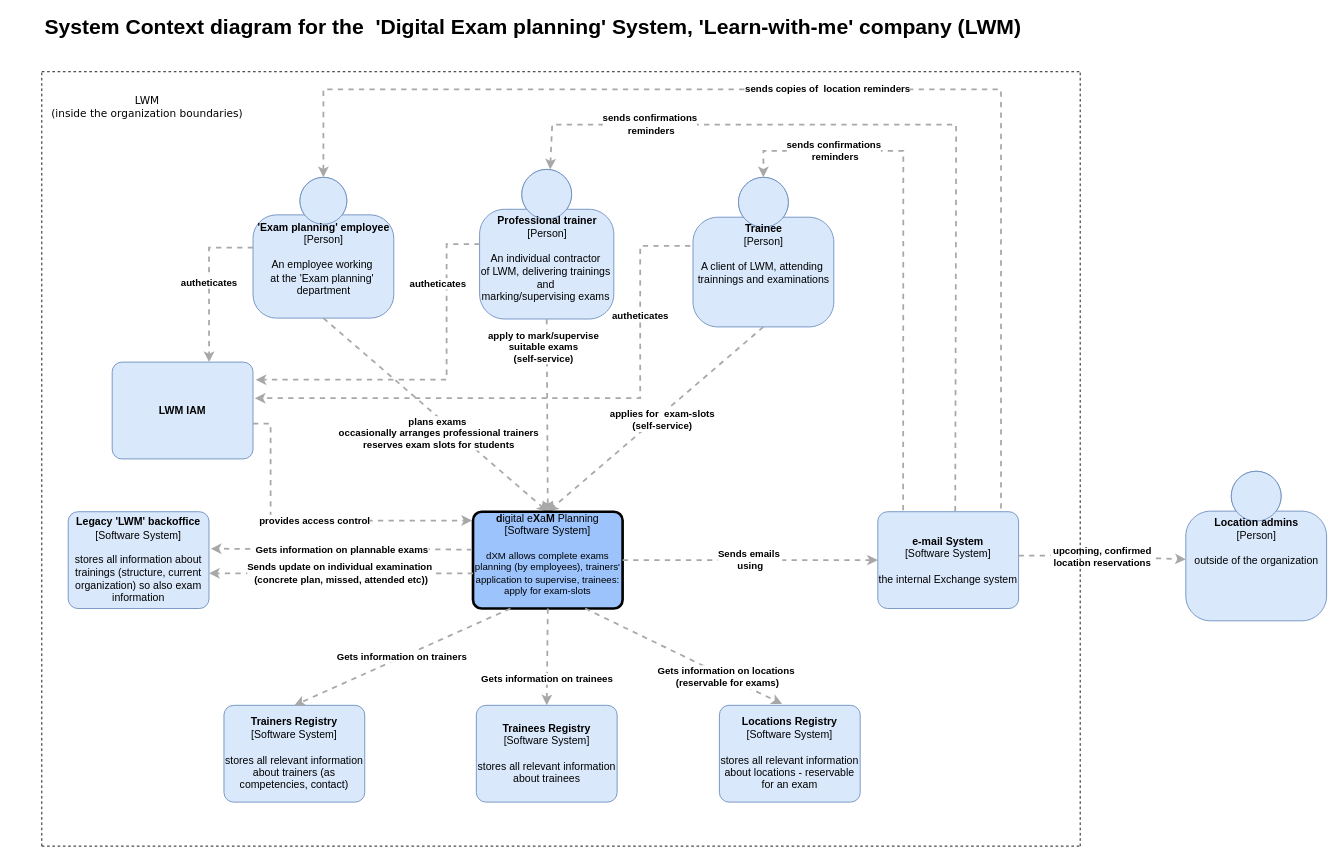
Before: system-context-diagram-dxm.drawio in andreea-anastasescu/school-of-architecture, a draw.io diagram. Source tidied: cells renumbered, new cells numbered last; positions are measured from the earlier drawing's top-left corner, leaving out a move shared by most shapes. Both pictures are drawn from the tidied source at 88%, with x=0, y=0 at pixel (15, 18).
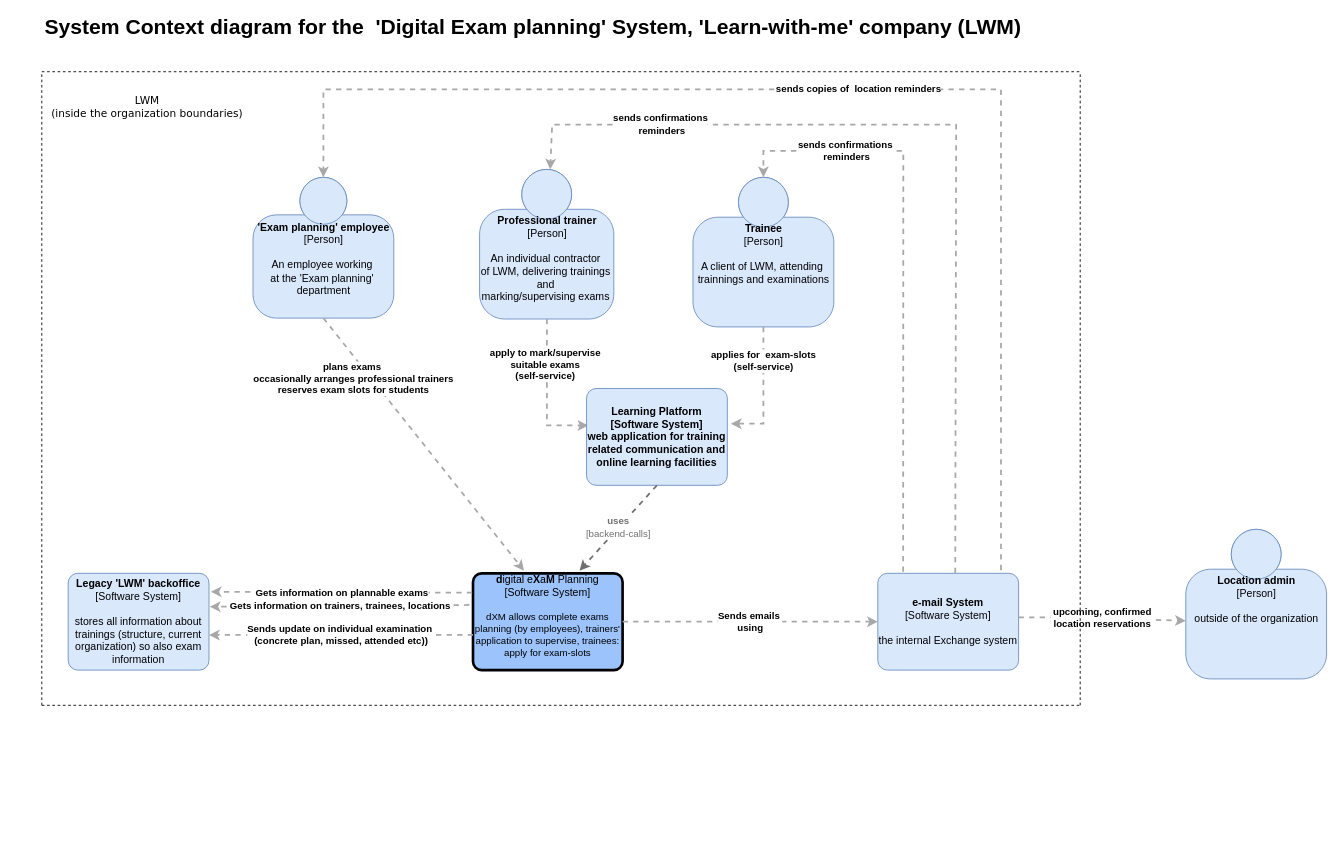
Above is the later version.

The change refers to these unchanged cells:
```xml
<mxCell id="2" value="&lt;b&gt;'Exam planning' employee&lt;/b&gt;&lt;div&gt;[Person]&lt;/div&gt;&lt;br&gt;&lt;div&gt;An employee working&amp;nbsp;&lt;/div&gt;&lt;div&gt;at the 'Exam planning'&amp;nbsp;&lt;/div&gt;&lt;div&gt;department&lt;/div&gt;" style="html=1;dashed=0;whitespace=wrap;fillColor=#DAE8FC;strokeColor=#6C8EBF;shape=mxgraph.c4.person;align=center;points=[[0.5,0,0],[1,0.5,0],[1,0.75,0],[0.75,1,0],[0.5,1,0],[0.25,1,0],[0,0.75,0],[0,0.5,0]];verticalAlign=top;" parent="1" vertex="1">
  <mxGeometry x="270" y="180" width="160" height="160" as="geometry" />
</mxCell>
<mxCell id="5" value="&lt;b&gt;Professional trainer&lt;/b&gt;&lt;br&gt;&lt;div&gt;[Person]&lt;/div&gt;&lt;br&gt;&lt;div&gt;An individual contractor&amp;nbsp;&lt;/div&gt;&lt;div&gt;of LWM, delivering trainings&amp;nbsp;&lt;/div&gt;&lt;div&gt;and&amp;nbsp;&lt;/div&gt;&lt;div&gt;marking/supervising exams&amp;nbsp;&lt;br&gt;&lt;/div&gt;&lt;div&gt;&lt;br&gt;&lt;/div&gt;" style="html=1;dashed=0;whitespace=wrap;fillColor=#DAE8FC;strokeColor=#6C8EBF;shape=mxgraph.c4.person;align=center;points=[[0.5,0,0],[1,0.5,0],[1,0.75,0],[0.75,1,0],[0.5,1,0],[0.25,1,0],[0,0.75,0],[0,0.5,0]];verticalAlign=top;" parent="1" vertex="1">
  <mxGeometry x="527.5" y="171" width="152.5" height="170" as="geometry" />
</mxCell>
<mxCell id="6" value="&lt;div&gt;&lt;b&gt;Trainee&lt;/b&gt;&lt;/div&gt;&lt;div&gt;[Person]&lt;/div&gt;&lt;div&gt;&lt;br&gt;&lt;/div&gt;&lt;div&gt;A client of LWM, attending&amp;nbsp;&lt;/div&gt;&lt;div&gt;trainnings and examinations&lt;/div&gt;" style="html=1;dashed=0;whitespace=wrap;fillColor=#DAE8FC;strokeColor=#6C8EBF;shape=mxgraph.c4.person;align=center;points=[[0.5,0,0],[1,0.5,0],[1,0.75,0],[0.75,1,0],[0.5,1,0],[0.25,1,0],[0,0.75,0],[0,0.5,0]];verticalAlign=top;" parent="1" vertex="1">
  <mxGeometry x="770" y="180" width="160" height="170" as="geometry" />
</mxCell>
```

What changed in the source:
```diff
@@
-    <mxCell id="3" value="&lt;div style=&quot;text-align: left&quot;&gt;&lt;div style=&quot;text-align: center&quot;&gt;&lt;b&gt;plans exams&amp;nbsp;&lt;/b&gt;&lt;/div&gt;&lt;div style=&quot;text-align: center&quot;&gt;&lt;b&gt;occasionally arranges professional trainers&lt;/b&gt;&lt;/div&gt;&lt;div style=&quot;text-align: center&quot;&gt;&lt;b&gt;reserves exam slots for students&lt;/b&gt;&lt;/div&gt;&lt;/div&gt;" style="edgeStyle=none;rounded=0;html=1;jettySize=auto;strokeColor=#A8A8A8;strokeWidth=2;fontColor=#000000;jumpStyle=none;dashed=1;exitX=0.5;exitY=1;exitDx=0;exitDy=0;exitPerimeter=0;entryX=0.5;entryY=0;entryDx=0;entryDy=0;entryPerimeter=0;" parent="1" edge="1" source="2" target="9">
-      <mxGeometry x="0.09" y="-14" relative="1" as="geometry">
-        <mxPoint x="1" as="offset" />
-      </mxGeometry>
+    <mxCell id="3" value="&lt;div style=&quot;text-align: left&quot;&gt;&lt;div style=&quot;text-align: center&quot;&gt;&lt;b&gt;plans exams&amp;nbsp;&lt;/b&gt;&lt;/div&gt;&lt;div style=&quot;text-align: center&quot;&gt;&lt;b&gt;occasionally arranges professional trainers&lt;/b&gt;&lt;/div&gt;&lt;div style=&quot;text-align: center&quot;&gt;&lt;b&gt;reserves exam slots for students&lt;/b&gt;&lt;/div&gt;&lt;/div&gt;" style="edgeStyle=none;rounded=0;html=1;jettySize=auto;strokeColor=#A8A8A8;strokeWidth=2;fontColor=#000000;jumpStyle=none;dashed=1;exitX=0.5;exitY=1;exitDx=0;exitDy=0;exitPerimeter=0;entryX=0.341;entryY=-0.027;entryDx=0;entryDy=0;entryPerimeter=0;" parent="1" edge="1" source="2" target="9">
+      <mxGeometry x="-0.59" y="-16" relative="1" as="geometry" />
     </mxCell>
@@
-    <mxCell id="7" value="&lt;div style=&quot;text-align: left&quot;&gt;&lt;div style=&quot;text-align: center&quot;&gt;&lt;b&gt;apply to mark/supervise&lt;/b&gt;&lt;/div&gt;&lt;div style=&quot;text-align: center&quot;&gt;&lt;b&gt;suitable exams&lt;/b&gt;&lt;/div&gt;&lt;div style=&quot;text-align: center&quot;&gt;&lt;b&gt;(self-service)&lt;/b&gt;&lt;/div&gt;&lt;/div&gt;" style="edgeStyle=none;rounded=0;html=1;jettySize=auto;strokeColor=#A8A8A8;strokeWidth=2;fontColor=#000000;jumpStyle=none;dashed=1;exitX=0.5;exitY=1;exitDx=0;exitDy=0;exitPerimeter=0;entryX=0.5;entryY=0;entryDx=0;entryDy=0;entryPerimeter=0;" parent="1" edge="1" source="5" target="9">
-      <mxGeometry x="-0.71" y="-4" relative="1" as="geometry" />
+    <mxCell id="7" value="&lt;div style=&quot;text-align: left&quot;&gt;&lt;div style=&quot;text-align: center&quot;&gt;&lt;b&gt;apply to mark/supervise&lt;/b&gt;&lt;/div&gt;&lt;div style=&quot;text-align: center&quot;&gt;&lt;b&gt;suitable exams&lt;/b&gt;&lt;/div&gt;&lt;div style=&quot;text-align: center&quot;&gt;&lt;b&gt;(self-service)&lt;/b&gt;&lt;/div&gt;&lt;/div&gt;" style="edgeStyle=none;rounded=0;html=1;jettySize=auto;strokeColor=#A8A8A8;strokeWidth=2;fontColor=#000000;jumpStyle=none;dashed=1;entryX=0.013;entryY=0.382;entryDx=0;entryDy=0;entryPerimeter=0;" parent="1" edge="1" target="36">
+      <mxGeometry x="-0.38" y="-2" relative="1" as="geometry">
+        <mxPoint x="604" y="341" as="sourcePoint" />
+        <Array as="points">
+          <mxPoint x="604" y="462" />
+        </Array>
+      </mxGeometry>
     </mxCell>
-    <mxCell id="8" value="&lt;div style=&quot;text-align: left&quot;&gt;&lt;div style=&quot;text-align: center&quot;&gt;&lt;b&gt;applies for&amp;nbsp; exam-slots&lt;/b&gt;&lt;/div&gt;&lt;div style=&quot;text-align: center&quot;&gt;&lt;b&gt;(self-service)&lt;/b&gt;&lt;/div&gt;&lt;/div&gt;" style="edgeStyle=none;rounded=0;html=1;jettySize=auto;strokeColor=#A8A8A8;strokeWidth=2;fontColor=#000000;jumpStyle=none;dashed=1;exitX=0.5;exitY=1;exitDx=0;exitDy=0;exitPerimeter=0;entryX=0.5;entryY=0;entryDx=0;entryDy=0;entryPerimeter=0;" parent="1" edge="1" source="6" target="9">
-      <mxGeometry x="-0.03" y="5" relative="1" as="geometry">
-        <mxPoint x="1" as="offset" />
+    <mxCell id="8" value="&lt;div style=&quot;text-align: left&quot;&gt;&lt;div style=&quot;text-align: center&quot;&gt;&lt;b&gt;applies for&amp;nbsp; exam-slots&lt;/b&gt;&lt;/div&gt;&lt;div style=&quot;text-align: center&quot;&gt;&lt;b&gt;(self-service)&lt;/b&gt;&lt;/div&gt;&lt;/div&gt;" style="edgeStyle=none;rounded=0;html=1;jettySize=auto;strokeColor=#A8A8A8;strokeWidth=2;fontColor=#000000;jumpStyle=none;dashed=1;exitX=0.5;exitY=1;exitDx=0;exitDy=0;exitPerimeter=0;" parent="1" edge="1" source="6">
+      <mxGeometry x="-0.47" relative="1" as="geometry">
+        <mxPoint x="813" y="460" as="targetPoint" />
+        <Array as="points">
+          <mxPoint x="850" y="460" />
+        </Array>
       </mxGeometry>
     </mxCell>
     <mxCell id="9" value="&lt;b&gt;d&lt;/b&gt;igital e&lt;b&gt;X&lt;/b&gt;a&lt;b&gt;M&lt;/b&gt;&amp;nbsp;Planning&lt;br&gt;&lt;div&gt;[Software System]&lt;/div&gt;&lt;br&gt;&lt;div style=&quot;font-size: 11px&quot;&gt;&lt;font style=&quot;font-size: 11px&quot;&gt;dXM allows complete e&lt;/font&gt;&lt;span&gt;xams planning (by employees),&lt;/span&gt;&lt;span&gt;&amp;nbsp;trainers' application to supervise,&lt;/span&gt;&lt;span&gt;&amp;nbsp;trainees: apply for exam-slots&lt;/span&gt;&lt;/div&gt;&lt;div style=&quot;text-align: left ; font-size: 11px&quot;&gt;&lt;font style=&quot;font-size: 11px&quot;&gt;&amp;nbsp;&amp;nbsp;&lt;/font&gt;&lt;/div&gt;" style="rounded=1;whiteSpace=wrap;html=1;labelBackgroundColor=none;fontColor=#000000;align=center;arcSize=9;points=[[0.25,0,0],[0.5,0,0],[0.75,0,0],[1,0.25,0],[1,0.5,0],[1,0.75,0],[0.75,1,0],[0.5,1,0],[0.25,1,0],[0,0.75,0],[0,0.5,0],[0,0.25,0]];fillColor=#9CC3FC;strokeWidth=3;glass=0;shadow=0;sketch=0;" parent="1" vertex="1">
-      <mxGeometry x="520" y="560" width="170" height="110" as="geometry" />
+      <mxGeometry x="520" y="630" width="170" height="110" as="geometry" />
     </mxCell>
     <mxCell id="10" value="&lt;b&gt;Legacy 'LWM' backoffice&lt;/b&gt;&lt;div&gt;[Software System]&lt;/div&gt;&lt;br&gt;&lt;div&gt;stores all information about trainings (structure, current organization) so also exam information&lt;/div&gt;" style="rounded=1;whiteSpace=wrap;html=1;labelBackgroundColor=none;fillColor=#dae8fc;fontColor=#000000;align=center;arcSize=10;strokeColor=#6c8ebf;points=[[0.25,0,0],[0.5,0,0],[0.75,0,0],[1,0.25,0],[1,0.5,0],[1,0.75,0],[0.75,1,0],[0.5,1,0],[0.25,1,0],[0,0.75,0],[0,0.5,0],[0,0.25,0]];" parent="1" vertex="1">
-      <mxGeometry x="60" y="560" width="160" height="110" as="geometry" />
+      <mxGeometry x="60" y="630" width="160" height="110" as="geometry" />
     </mxCell>
     <mxCell id="11" value="&lt;b&gt;e-mail System&lt;/b&gt;&lt;div&gt;[Software System]&lt;/div&gt;&lt;br&gt;&lt;div&gt;the internal Exchange system&lt;/div&gt;" style="rounded=1;whiteSpace=wrap;html=1;labelBackgroundColor=none;fillColor=#dae8fc;fontColor=#000000;align=center;arcSize=10;strokeColor=#6c8ebf;points=[[0.25,0,0],[0.5,0,0],[0.75,0,0],[1,0.25,0],[1,0.5,0],[1,0.75,0],[0.75,1,0],[0.5,1,0],[0.25,1,0],[0,0.75,0],[0,0.5,0],[0,0.25,0]];" parent="1" vertex="1">
-      <mxGeometry x="980" y="560" width="160" height="110" as="geometry" />
+      <mxGeometry x="980" y="630" width="160" height="110" as="geometry" />
     </mxCell>
-    <mxCell id="12" value="&lt;div style=&quot;text-align: left&quot;&gt;&lt;div style=&quot;text-align: center&quot;&gt;&lt;b&gt;Gets information on plannable exams&lt;/b&gt;&lt;/div&gt;&lt;/div&gt;" style="edgeStyle=none;rounded=0;html=1;entryX=1.013;entryY=0.382;jettySize=auto;strokeColor=#A8A8A8;strokeWidth=2;fontColor=#000000;jumpStyle=none;dashed=1;entryDx=0;entryDy=0;entryPerimeter=0;exitX=-0.006;exitY=0.391;exitDx=0;exitDy=0;exitPerimeter=0;" parent="1" edge="1" source="9" target="10">
-      <mxGeometry relative="1" as="geometry" />
+    <mxCell id="12" value="&lt;div style=&quot;text-align: left&quot;&gt;&lt;div style=&quot;text-align: center&quot;&gt;&lt;b&gt;Gets information on plannable exams&lt;/b&gt;&lt;/div&gt;&lt;/div&gt;" style="edgeStyle=none;rounded=0;html=1;entryX=1.013;entryY=0.382;jettySize=auto;orthogonalLoop=1;strokeColor=#A8A8A8;strokeWidth=2;fontColor=#000000;jumpStyle=none;dashed=1;entryDx=0;entryDy=0;entryPerimeter=0;exitX=-0.006;exitY=0.391;exitDx=0;exitDy=0;exitPerimeter=0;" parent="1" edge="1">
+      <mxGeometry relative="1" as="geometry">
+        <mxPoint x="519" y="652" as="sourcePoint" />
+        <mxPoint x="222.1" y="651" as="targetPoint" />
+      </mxGeometry>
     </mxCell>
     <mxCell id="13" value="&lt;div style=&quot;text-align: left&quot;&gt;&lt;div style=&quot;text-align: center&quot;&gt;&lt;b&gt;Sends update on individual examination&amp;nbsp;&lt;/b&gt;&lt;/div&gt;&lt;div style=&quot;text-align: center&quot;&gt;&lt;b&gt;(concrete plan, missed, attended etc))&lt;/b&gt;&lt;/div&gt;&lt;/div&gt;" style="edgeStyle=none;rounded=0;html=1;entryX=1;entryY=0.25;jettySize=auto;orthogonalLoop=1;strokeColor=#A8A8A8;strokeWidth=2;fontColor=#000000;jumpStyle=none;dashed=1;entryDx=0;entryDy=0;entryPerimeter=0;exitX=0;exitY=0.25;exitDx=0;exitDy=0;exitPerimeter=0;" parent="1" edge="1">
       <mxGeometry relative="1" as="geometry">
-        <mxPoint x="520" y="630" as="sourcePoint" />
-        <mxPoint x="220" y="630" as="targetPoint" />
+        <mxPoint x="520" y="700" as="sourcePoint" />
+        <mxPoint x="220" y="700" as="targetPoint" />
       </mxGeometry>
     </mxCell>
-    <mxCell id="14" value="&lt;b&gt;Trainers Registry&lt;/b&gt;&lt;br&gt;&lt;div&gt;[Software System]&lt;/div&gt;&lt;br&gt;&lt;div&gt;stores all relevant information about trainers (as competencies, contact)&lt;/div&gt;" style="rounded=1;whiteSpace=wrap;html=1;labelBackgroundColor=none;fillColor=#dae8fc;fontColor=#000000;align=center;arcSize=10;strokeColor=#6c8ebf;points=[[0.25,0,0],[0.5,0,0],[0.75,0,0],[1,0.25,0],[1,0.5,0],[1,0.75,0],[0.75,1,0],[0.5,1,0],[0.25,1,0],[0,0.75,0],[0,0.5,0],[0,0.25,0]];" parent="1" vertex="1">
-      <mxGeometry x="237" y="780" width="160" height="110" as="geometry" />
-    </mxCell>
-    <mxCell id="15" value="&lt;b&gt;Trainees Registry&lt;/b&gt;&lt;br&gt;&lt;div&gt;[Software System]&lt;/div&gt;&lt;br&gt;&lt;div&gt;stores all relevant information about trainees&lt;/div&gt;" style="rounded=1;whiteSpace=wrap;html=1;labelBackgroundColor=none;fillColor=#dae8fc;fontColor=#000000;align=center;arcSize=10;strokeColor=#6c8ebf;points=[[0.25,0,0],[0.5,0,0],[0.75,0,0],[1,0.25,0],[1,0.5,0],[1,0.75,0],[0.75,1,0],[0.5,1,0],[0.25,1,0],[0,0.75,0],[0,0.5,0],[0,0.25,0]];" parent="1" vertex="1">
-      <mxGeometry x="523.8" y="780" width="160" height="110" as="geometry" />
-    </mxCell>
-    <mxCell id="16" value="&lt;div style=&quot;text-align: left&quot;&gt;&lt;div style=&quot;text-align: center&quot;&gt;&lt;b&gt;Gets information on trainers&lt;/b&gt;&lt;/div&gt;&lt;/div&gt;" style="edgeStyle=none;rounded=0;html=1;entryX=0.5;entryY=0;jettySize=auto;strokeColor=#A8A8A8;strokeWidth=2;fontColor=#000000;jumpStyle=none;dashed=1;exitX=0.25;exitY=1;exitDx=0;exitDy=0;exitPerimeter=0;entryDx=0;entryDy=0;entryPerimeter=0;" parent="1" edge="1" source="9" target="14">
+    <mxCell id="16" value="&lt;div style=&quot;text-align: left&quot;&gt;&lt;div style=&quot;text-align: center&quot;&gt;&lt;b&gt;Gets information on trainers, trainees, locations&lt;/b&gt;&lt;/div&gt;&lt;/div&gt;" style="edgeStyle=none;rounded=0;html=1;entryX=1.006;entryY=0.345;jettySize=auto;strokeColor=#A8A8A8;strokeWidth=2;fontColor=#000000;jumpStyle=none;dashed=1;exitX=-0.024;exitY=0.327;exitDx=0;exitDy=0;exitPerimeter=0;entryDx=0;entryDy=0;entryPerimeter=0;" parent="1" edge="1" source="9" target="10">
       <mxGeometry relative="1" as="geometry" />
     </mxCell>
-    <mxCell id="17" value="&lt;div style=&quot;text-align: left&quot;&gt;&lt;div style=&quot;text-align: center&quot;&gt;&lt;b&gt;Gets information on trainees&lt;/b&gt;&lt;/div&gt;&lt;/div&gt;" style="edgeStyle=none;rounded=0;html=1;entryX=0.5;entryY=0;jettySize=auto;strokeColor=#A8A8A8;strokeWidth=2;fontColor=#000000;jumpStyle=none;dashed=1;exitX=0.5;exitY=1;exitDx=0;exitDy=0;exitPerimeter=0;entryDx=0;entryDy=0;entryPerimeter=0;" parent="1" edge="1" source="9" target="15">
-      <mxGeometry x="0.45" relative="1" as="geometry" />
-    </mxCell>
-    <mxCell id="18" value="&lt;b&gt;Locations Registry&lt;/b&gt;&lt;br&gt;&lt;div&gt;[Software System]&lt;/div&gt;&lt;br&gt;&lt;div&gt;stores all relevant information about locations - reservable for an exam&lt;/div&gt;" style="rounded=1;whiteSpace=wrap;html=1;labelBackgroundColor=none;fillColor=#dae8fc;fontColor=#000000;align=center;arcSize=10;strokeColor=#6c8ebf;points=[[0.25,0,0],[0.5,0,0],[0.75,0,0],[1,0.25,0],[1,0.5,0],[1,0.75,0],[0.75,1,0],[0.5,1,0],[0.25,1,0],[0,0.75,0],[0,0.5,0],[0,0.25,0]];" parent="1" vertex="1">
-      <mxGeometry x="800" y="780" width="160" height="110" as="geometry" />
-    </mxCell>
-    <mxCell id="19" value="&lt;div style=&quot;text-align: left&quot;&gt;&lt;div style=&quot;text-align: center&quot;&gt;&lt;b&gt;Gets information on locations&amp;nbsp;&lt;/b&gt;&lt;/div&gt;&lt;div style=&quot;text-align: center&quot;&gt;&lt;b&gt;(reservable for exams)&lt;/b&gt;&lt;/div&gt;&lt;/div&gt;" style="edgeStyle=none;rounded=0;html=1;entryX=0.445;entryY=-0.015;jettySize=auto;strokeColor=#A8A8A8;strokeWidth=2;fontColor=#000000;jumpStyle=none;dashed=1;exitX=0.75;exitY=1;exitDx=0;exitDy=0;exitPerimeter=0;entryDx=0;entryDy=0;entryPerimeter=0;" parent="1" edge="1" source="9" target="18">
-      <mxGeometry x="0.45" relative="1" as="geometry" />
-    </mxCell>
@@
-    <mxCell id="24" value="&lt;div&gt;&lt;b&gt;Location admins&lt;/b&gt;&lt;/div&gt;&lt;div&gt;[Person]&lt;/div&gt;&lt;div&gt;&lt;br&gt;&lt;/div&gt;&lt;div&gt;outside of the organization&lt;/div&gt;" style="html=1;dashed=0;whitespace=wrap;fillColor=#DAE8FC;strokeColor=#6C8EBF;shape=mxgraph.c4.person;align=center;points=[[0.5,0,0],[1,0.5,0],[1,0.75,0],[0.75,1,0],[0.5,1,0],[0.25,1,0],[0,0.75,0],[0,0.5,0]];verticalAlign=top;" parent="1" vertex="1">
-      <mxGeometry x="1330" y="514" width="160" height="170" as="geometry" />
+    <mxCell id="24" value="&lt;div&gt;&lt;b&gt;Location admin&lt;/b&gt;&lt;/div&gt;&lt;div&gt;[Person]&lt;/div&gt;&lt;div&gt;&lt;br&gt;&lt;/div&gt;&lt;div&gt;outside of the organization&lt;/div&gt;" style="html=1;dashed=0;whitespace=wrap;fillColor=#DAE8FC;strokeColor=#6C8EBF;shape=mxgraph.c4.person;align=center;points=[[0.5,0,0],[1,0.5,0],[1,0.75,0],[0.75,1,0],[0.5,1,0],[0.25,1,0],[0,0.75,0],[0,0.5,0]];verticalAlign=top;" parent="1" vertex="1">
+      <mxGeometry x="1330" y="580" width="160" height="170" as="geometry" />
     </mxCell>
-    <mxCell id="25" value="&lt;div style=&quot;text-align: left&quot;&gt;&lt;div style=&quot;text-align: center&quot;&gt;&lt;b&gt;upcoming, confirmed&lt;/b&gt;&lt;/div&gt;&lt;div style=&quot;text-align: center&quot;&gt;&lt;b&gt;&amp;nbsp;location reservations&amp;nbsp;&lt;/b&gt;&lt;/div&gt;&lt;/div&gt;" style="edgeStyle=none;rounded=0;html=1;jettySize=auto;strokeColor=#A8A8A8;strokeWidth=2;fontColor=#000000;jumpStyle=none;dashed=1;entryX=0;entryY=0.588;entryDx=0;entryDy=0;entryPerimeter=0;" parent="1" edge="1" target="24">
+    <mxCell id="25" value="&lt;div style=&quot;text-align: left&quot;&gt;&lt;div style=&quot;text-align: center&quot;&gt;&lt;b&gt;upcoming, confirmed&lt;/b&gt;&lt;/div&gt;&lt;div style=&quot;text-align: center&quot;&gt;&lt;b&gt;&amp;nbsp;location reservations&amp;nbsp;&lt;/b&gt;&lt;/div&gt;&lt;/div&gt;" style="edgeStyle=none;rounded=0;html=1;jettySize=auto;orthogonalLoop=1;strokeColor=#A8A8A8;strokeWidth=2;fontColor=#000000;jumpStyle=none;dashed=1;entryX=0;entryY=0.588;entryDx=0;entryDy=0;entryPerimeter=0;" parent="1" edge="1">
       <mxGeometry relative="1" as="geometry">
-        <mxPoint x="1140" y="610" as="sourcePoint" />
+        <mxPoint x="1140" y="680" as="sourcePoint" />
+        <mxPoint x="1330" y="684" as="targetPoint" />
         <Array as="points">
-          <mxPoint x="1200" y="610" />
+          <mxPoint x="1200" y="680" />
         </Array>
       </mxGeometry>
     </mxCell>
     <mxCell id="26" style="endArrow=none;dashed=1;html=1;fontFamily=Verdana;" parent="1" edge="1">
       <mxGeometry relative="1" as="geometry">
-        <mxPoint x="30" y="940" as="sourcePoint" />
+        <mxPoint x="30" y="780" as="sourcePoint" />
         <mxPoint x="30" y="60" as="targetPoint" />
       </mxGeometry>
     </mxCell>
@@
     <mxCell id="28" style="endArrow=none;dashed=1;html=1;fontFamily=Verdana;" parent="1" edge="1">
       <mxGeometry relative="1" as="geometry">
-        <mxPoint x="30" y="940" as="sourcePoint" />
-        <mxPoint x="1210" y="940" as="targetPoint" />
+        <mxPoint x="30" y="780" as="sourcePoint" />
+        <mxPoint x="1210" y="780" as="targetPoint" />
       </mxGeometry>
     </mxCell>
     <mxCell id="29" style="endArrow=none;dashed=1;html=1;fontFamily=Verdana;" parent="1" edge="1">
       <mxGeometry relative="1" as="geometry">
-        <mxPoint x="1210" y="940" as="sourcePoint" />
+        <mxPoint x="1210" y="780" as="sourcePoint" />
         <mxPoint x="1210" y="60" as="targetPoint" />
       </mxGeometry>
     </mxCell>
@@
-    <mxCell id="31" value="&lt;b&gt;LWM IAM&lt;/b&gt;" style="rounded=1;whiteSpace=wrap;html=1;labelBackgroundColor=none;fillColor=#dae8fc;fontColor=#000000;align=center;arcSize=10;strokeColor=#6c8ebf;points=[[0.25,0,0],[0.5,0,0],[0.75,0,0],[1,0.25,0],[1,0.5,0],[1,0.75,0],[0.75,1,0],[0.5,1,0],[0.25,1,0],[0,0.75,0],[0,0.5,0],[0,0.25,0]];" parent="1" vertex="1">
-      <mxGeometry x="110" y="390" width="160" height="110" as="geometry" />
-    </mxCell>
-    <mxCell id="32" value="&lt;div style=&quot;text-align: left&quot;&gt;&lt;div style=&quot;text-align: center&quot;&gt;&lt;b&gt;autheticates&lt;/b&gt;&lt;/div&gt;&lt;/div&gt;" style="edgeStyle=none;rounded=0;html=1;entryX=0.688;entryY=0;jettySize=auto;strokeColor=#A8A8A8;strokeWidth=2;fontColor=#000000;jumpStyle=none;dashed=1;entryDx=0;entryDy=0;entryPerimeter=0;exitX=0;exitY=0.5;exitDx=0;exitDy=0;exitPerimeter=0;" parent="1" edge="1" source="2" target="31">
-      <mxGeometry relative="1" as="geometry">
-        <Array as="points">
-          <mxPoint x="220" y="260" />
-        </Array>
-      </mxGeometry>
-    </mxCell>
-    <mxCell id="33" value="&lt;div style=&quot;text-align: left&quot;&gt;&lt;div style=&quot;text-align: center&quot;&gt;&lt;b&gt;autheticates&lt;/b&gt;&lt;/div&gt;&lt;/div&gt;" style="edgeStyle=none;rounded=0;html=1;jettySize=auto;strokeColor=#A8A8A8;strokeWidth=2;fontColor=#000000;jumpStyle=none;dashed=1;exitX=0;exitY=0.5;exitDx=0;exitDy=0;exitPerimeter=0;" parent="1" edge="1" source="5">
-      <mxGeometry x="-0.6" y="-10" relative="1" as="geometry">
-        <mxPoint x="273" y="410" as="targetPoint" />
-        <Array as="points">
-          <mxPoint x="490" y="256" />
-          <mxPoint x="490" y="410" />
-          <mxPoint x="273" y="410" />
-        </Array>
-      </mxGeometry>
-    </mxCell>
-    <mxCell id="34" value="&lt;div style=&quot;text-align: left&quot;&gt;&lt;div style=&quot;text-align: center&quot;&gt;&lt;b&gt;autheticates&lt;/b&gt;&lt;/div&gt;&lt;/div&gt;" style="edgeStyle=none;rounded=0;html=1;jettySize=auto;strokeColor=#A8A8A8;strokeWidth=2;fontColor=#000000;jumpStyle=none;dashed=1;exitX=-0.019;exitY=0.459;exitDx=0;exitDy=0;exitPerimeter=0;entryX=1.013;entryY=0.373;entryDx=0;entryDy=0;entryPerimeter=0;" parent="1" edge="1" source="6" target="31">
-      <mxGeometry x="-0.59" relative="1" as="geometry">
-        <Array as="points">
-          <mxPoint x="710" y="258" />
-          <mxPoint x="710" y="431" />
-        </Array>
-      </mxGeometry>
-    </mxCell>
-    <mxCell id="35" value="&lt;div style=&quot;text-align: left&quot;&gt;&lt;div style=&quot;text-align: center&quot;&gt;&lt;b&gt;provides access control&lt;/b&gt;&lt;/div&gt;&lt;/div&gt;" style="edgeStyle=none;rounded=0;html=1;jettySize=auto;orthogonalLoop=1;strokeColor=#A8A8A8;strokeWidth=2;fontColor=#000000;jumpStyle=none;dashed=1;" parent="1" edge="1">
-      <mxGeometry relative="1" as="geometry">
-        <mxPoint x="270" y="460" as="sourcePoint" />
-        <mxPoint x="519" y="570" as="targetPoint" />
-        <Array as="points">
-          <mxPoint x="290" y="460" />
-          <mxPoint x="290" y="570" />
-        </Array>
-      </mxGeometry>
-    </mxCell>
+    <mxCell id="36" value="&lt;b&gt;Learning Platform&lt;br&gt;[Software System]&lt;br&gt;web application for training related communication and online learning facilities&lt;br&gt;&lt;/b&gt;" style="rounded=1;whiteSpace=wrap;html=1;labelBackgroundColor=none;fillColor=#dae8fc;fontColor=#000000;align=center;arcSize=10;strokeColor=#6c8ebf;points=[[0.25,0,0],[0.5,0,0],[0.75,0,0],[1,0.25,0],[1,0.5,0],[1,0.75,0],[0.75,1,0],[0.5,1,0],[0.25,1,0],[0,0.75,0],[0,0.5,0],[0,0.25,0]];" parent="1" vertex="1">
+      <mxGeometry x="649" y="420" width="160" height="110" as="geometry" />
+    </mxCell>
+    <object id="37" label="&lt;div style=&quot;text-align: left&quot;&gt;&lt;div style=&quot;text-align: center&quot;&gt;&lt;b&gt;%c4Description%&lt;/b&gt;&lt;/div&gt;&lt;div style=&quot;text-align: center&quot;&gt;[%c4Technology%]&lt;/div&gt;&lt;/div&gt;" c4Description="uses" c4Technology="backend-calls" placeholders="1">
+      <mxCell style="edgeStyle=none;rounded=0;html=1;entryX=0.712;entryY=-0.027;jettySize=auto;strokeColor=#707070;strokeWidth=2;fontColor=#707070;jumpStyle=none;dashed=1;metaData={&quot;c4Type&quot;:{&quot;editable&quot;:false}};entryDx=0;entryDy=0;entryPerimeter=0;exitX=0.5;exitY=1;exitDx=0;exitDy=0;exitPerimeter=0;" parent="1" edge="1" source="36" target="9">
+        <mxGeometry relative="1" as="geometry" />
+      </mxCell>
+    </object>
```
